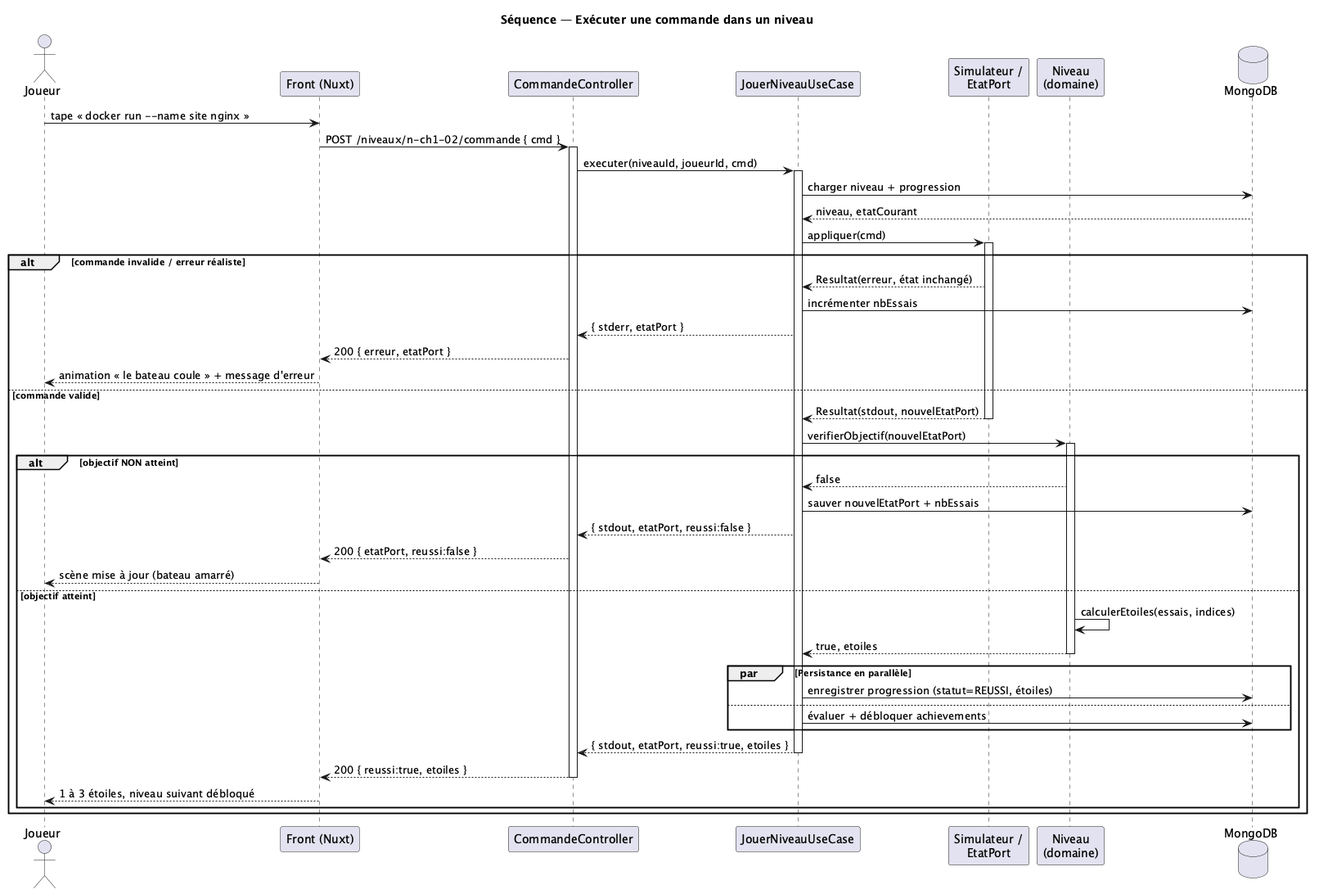
Before: docs/modelisation/img/sequence-executer-commande.png, a diagram exported from PlantUML (AndreLiar/coordinationBackFront).
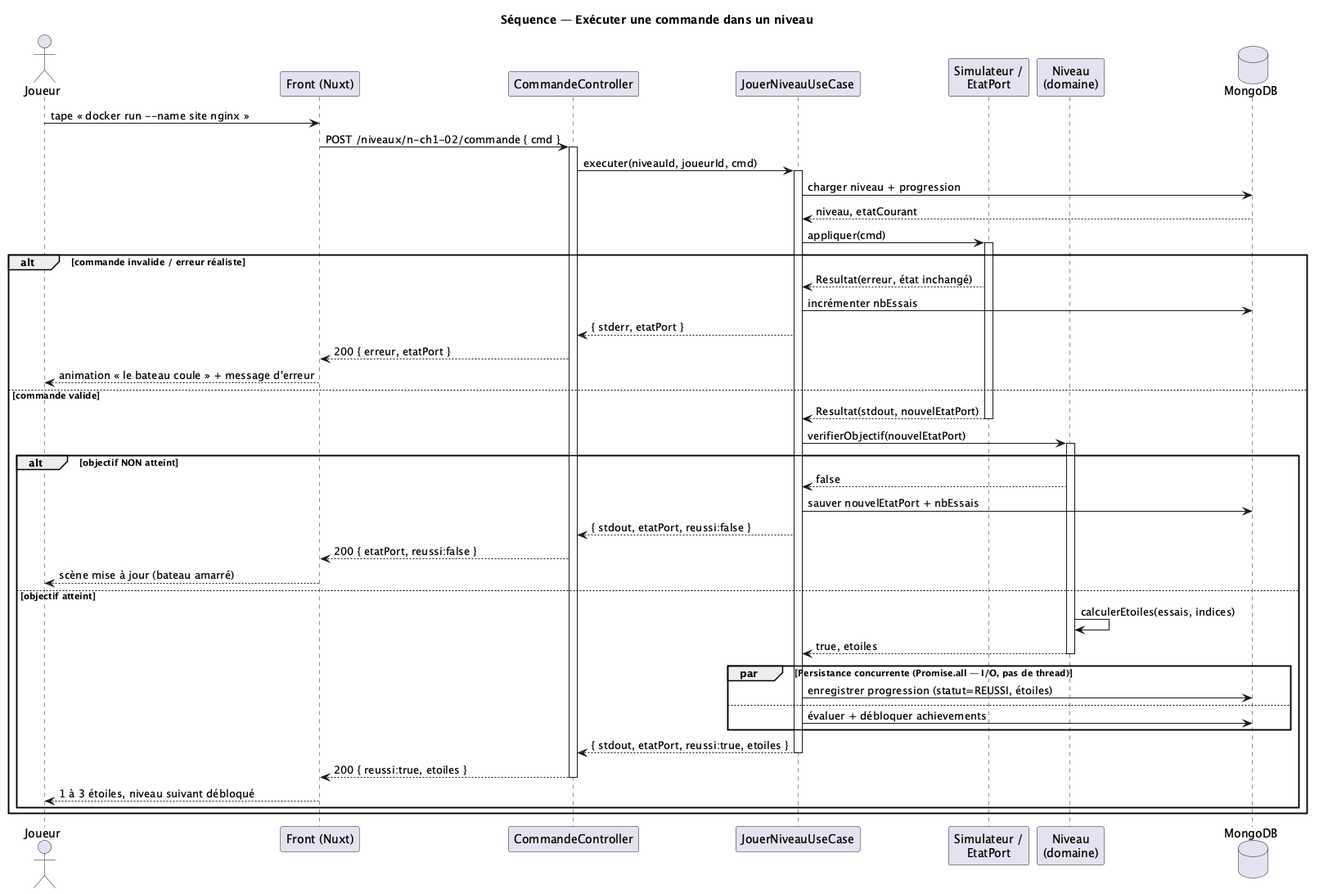
Above is the later version.

What changed in the source:
```diff
@@ -42,7 +42,7 @@
     Niv -> Niv : calculerEtoiles(essais, indices)
     Niv --> UC : true, etoiles
     deactivate Niv
-    par Persistance en parallèle
+    par Persistance concurrente (Promise.all — I/O, pas de thread)
       UC -> DB : enregistrer progression (statut=REUSSI, étoiles)
     else
       UC -> DB : évaluer + débloquer achievements
```
